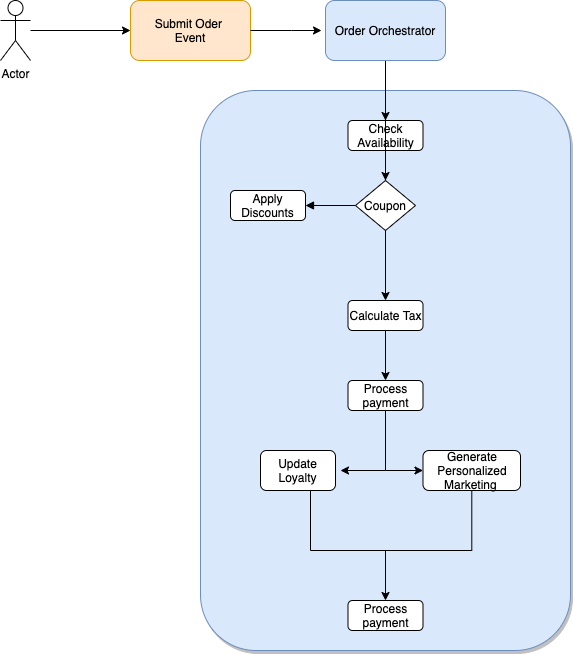
Before: business-flow/order-workflow-sample.png, a diagram exported from draw.io (ShanmugaSivapragasam/gcp-workflows-pov). Source tidied: cells renumbered, new cells last; positions are measured from the earlier drawing's top-left corner, leaving out a move shared by most shapes.
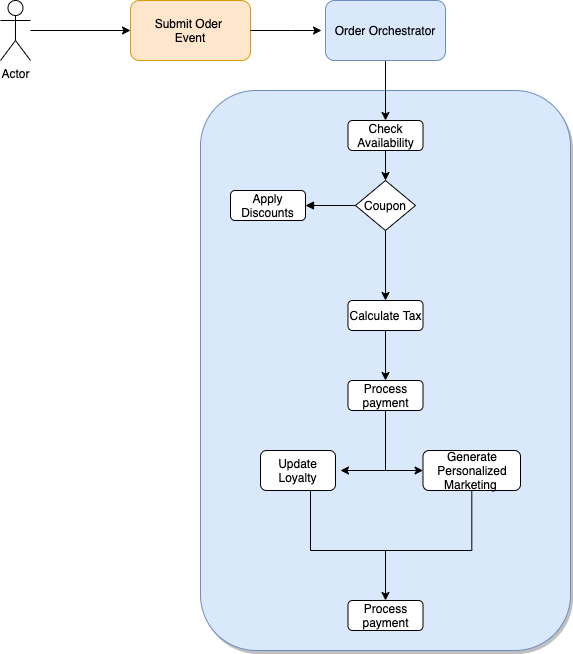
The same diagram one commit later.

The edit, as a diff of the source:
```diff
@@ -53,9 +53,6 @@
         <mxPoint x="385" y="300" as="targetPoint" />
       </mxGeometry>
     </mxCell>
-    <mxCell id="14" style="edgeStyle=orthogonalEdgeStyle;rounded=0;jettySize=auto;html=1;endArrow=none;endFill=0;" parent="1" edge="1" source="16" target="2">
-      <mxGeometry relative="1" as="geometry" />
-    </mxCell>
     <mxCell id="15" style="edgeStyle=orthogonalEdgeStyle;rounded=0;jettySize=auto;html=1;entryX=1;entryY=0.5;entryDx=0;entryDy=0;startArrow=none;startFill=0;endArrow=block;endFill=1;" parent="1" edge="1" source="16" target="12">
       <mxGeometry relative="1" as="geometry" />
     </mxCell>
```
